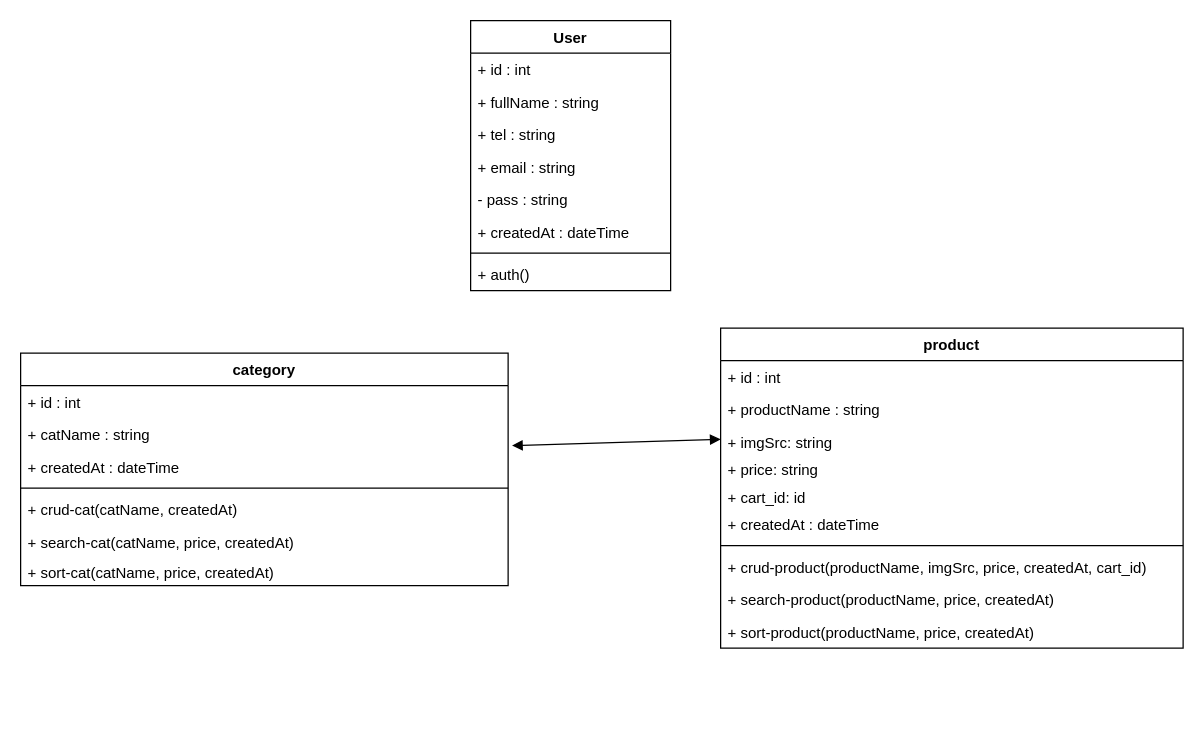
The draw.io diagram classdiagram.drawio in YouCodeSchool/ShopNow, before the edit. Source tidied: cells renumbered, new cells numbered last; positions are measured from the earlier drawing's top-left corner, leaving out a move shared by most shapes. Both pictures are drawn from the tidied source at 125%, with x=0, y=0 at pixel (20, 20).
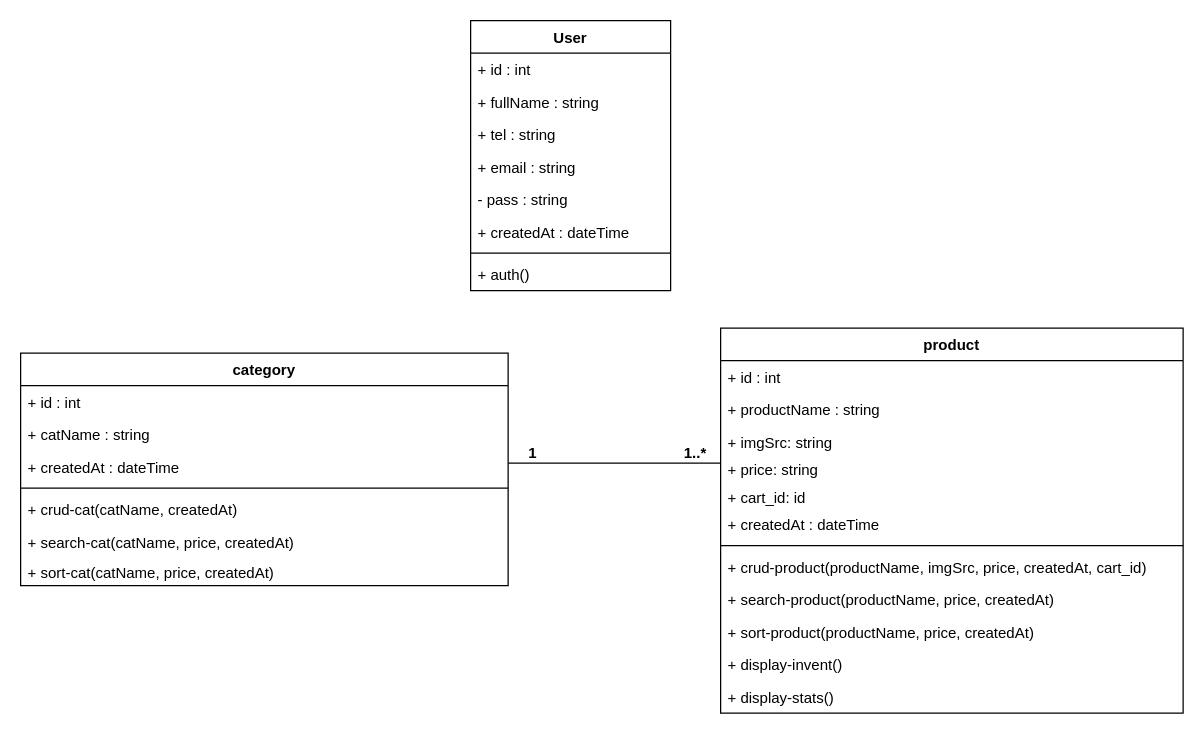
The same diagram, later.

The change refers to these unchanged cells:
```xml
<mxCell id="15" value="+ createdAt : dateTime" style="text;strokeColor=none;fillColor=none;align=left;verticalAlign=top;spacingLeft=4;spacingRight=4;overflow=hidden;points=[[0,0.5],[1,0.5]];portConstraint=eastwest;" parent="12" vertex="1">
  <mxGeometry y="78" width="390" height="26" as="geometry" />
</mxCell>
<mxCell id="23" value="+ imgSrc: string" style="text;strokeColor=none;fillColor=none;align=left;verticalAlign=top;spacingLeft=4;spacingRight=4;overflow=hidden;points=[[0,0.5],[1,0.5]];portConstraint=eastwest;" parent="20" vertex="1">
  <mxGeometry y="78" width="370" height="22" as="geometry" />
</mxCell>
```

Change to the diagram source:
```diff
@@
     <mxCell id="20" value="product" style="swimlane;fontStyle=1;align=center;verticalAlign=top;horizontal=1;startSize=26;" parent="1" vertex="1">
-      <mxGeometry x="560" y="246" width="370" height="256" as="geometry" />
+      <mxGeometry x="560" y="246" width="370" height="308" as="geometry" />
     </mxCell>
@@
-    <mxCell id="31" style="endArrow=block;startArrow=block;endFill=1;startFill=1;html=1;rounded=0;exitX=1.008;exitY=-0.154;exitDx=0;exitDy=0;exitPerimeter=0;entryX=0;entryY=0.5;entryDx=0;entryDy=0;" parent="1" edge="1" source="15" target="23">
-      <mxGeometry relative="1" as="geometry" />
-    </mxCell>
+    <mxCell id="32" value="+ display-invent()" style="text;strokeColor=none;fillColor=none;align=left;verticalAlign=top;spacingLeft=4;spacingRight=4;overflow=hidden;" parent="20" vertex="1">
+      <mxGeometry y="256" width="370" height="26" as="geometry" />
+    </mxCell>
+    <mxCell id="33" value="+ display-stats()" style="text;strokeColor=none;fillColor=none;align=left;verticalAlign=top;spacingLeft=4;spacingRight=4;overflow=hidden;" parent="20" vertex="1">
+      <mxGeometry y="282" width="370" height="26" as="geometry" />
+    </mxCell>
+    <mxCell id="34" style="line;strokeWidth=1;fillColor=none;align=left;verticalAlign=middle;spacingTop=-1;spacingLeft=3;spacingRight=3;labelPosition=right;" parent="1" vertex="1">
+      <mxGeometry x="390" y="350" width="170" height="8" as="geometry" />
+    </mxCell>
+    <mxCell id="35" value="1" style="text;align=center;fontStyle=1;verticalAlign=middle;spacingLeft=3;spacingRight=3;strokeColor=none;" parent="1" vertex="1">
+      <mxGeometry x="370" y="332" width="80" height="26" as="geometry" />
+    </mxCell>
+    <mxCell id="36" value="1..*" style="text;align=center;fontStyle=1;verticalAlign=middle;spacingLeft=3;spacingRight=3;strokeColor=none;" parent="1" vertex="1">
+      <mxGeometry x="500" y="332" width="80" height="26" as="geometry" />
+    </mxCell>
```
